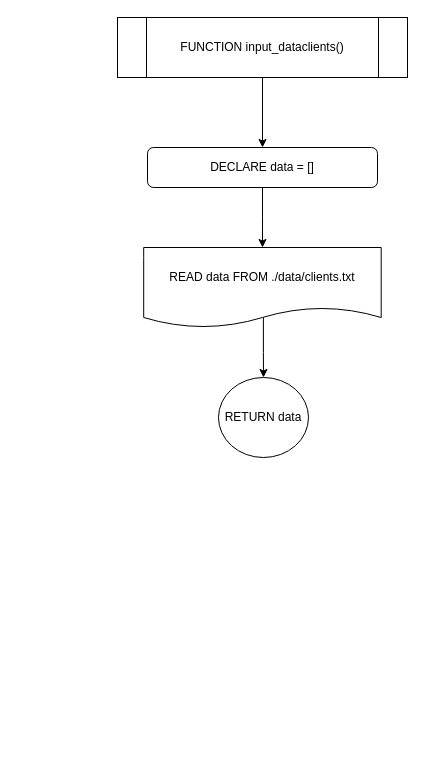
Above: Flowchart/default/input_dataclients.drawio in RabbitBear00/Car-Rental-System (draw.io), before the change. Source tidied: cells renumbered, new cells numbered last; positions are measured from the earlier drawing's top-left corner, leaving out a move shared by most shapes. Both pictures are drawn from the tidied source at 100%, with x=0, y=0 at pixel (117, 17).
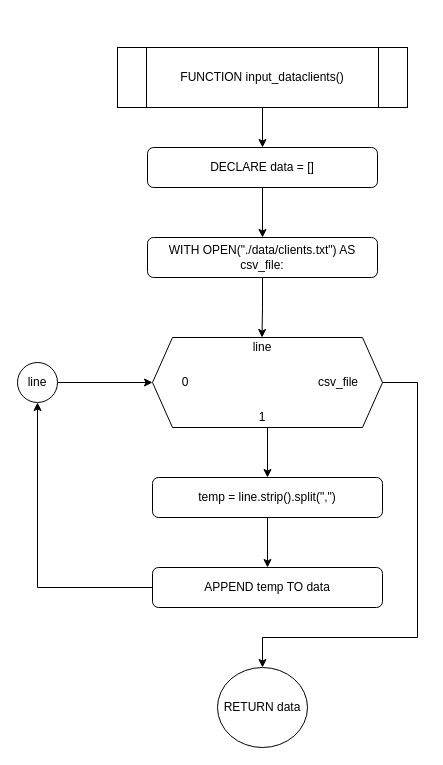
The same diagram, later.

The change refers to these unchanged cells:
```xml
<mxCell id="5" value="DECLARE data = []" style="rounded=1;whiteSpace=wrap;html=1;" parent="1" vertex="1">
  <mxGeometry x="30" y="130" width="230" height="40" as="geometry" />
</mxCell>
```

The edit, as a diff of the source:
```diff
@@
     <mxCell id="3" value="FUNCTION input_dataclients()" style="shape=process;whiteSpace=wrap;html=1;backgroundOutline=1;" parent="1" vertex="1">
-      <mxGeometry width="290" height="60" as="geometry" />
+      <mxGeometry y="30" width="290" height="60" as="geometry" />
     </mxCell>
-    <mxCell id="4" style="edgeStyle=orthogonalEdgeStyle;rounded=0;jettySize=auto;html=1;" parent="1" edge="1" source="5" target="7">
-      <mxGeometry relative="1" as="geometry" />
-    </mxCell>
+    <mxCell id="8" value="RETURN data" style="ellipse;whiteSpace=wrap;html=1;" parent="1" vertex="1">
+      <mxGeometry x="100" y="650" width="90" height="80" as="geometry" />
+    </mxCell>
+    <mxCell id="9" style="edgeStyle=orthogonalEdgeStyle;rounded=0;jettySize=auto;html=1;entryX=0.5;entryY=0;entryDx=0;entryDy=0;" parent="1" edge="1" source="10" target="13">
+      <mxGeometry relative="1" as="geometry" />
+    </mxCell>
+    <mxCell id="10" value="WITH OPEN(&quot;./data/clients.txt&quot;) AS csv_file:" style="rounded=1;whiteSpace=wrap;html=1;" parent="1" vertex="1">
+      <mxGeometry x="30" y="220" width="230" height="40" as="geometry" />
+    </mxCell>
+    <mxCell id="11" style="group;" parent="1" vertex="1">
+      <mxGeometry x="35" y="320" width="230" height="90" as="geometry" />
+    </mxCell>
+    <mxCell id="12" style="shape=hexagon;perimeter=hexagonPerimeter2;whiteSpace=wrap;html=1;fixedSize=1;" parent="11" vertex="1">
+      <mxGeometry width="230" height="90" as="geometry" />
+    </mxCell>
+    <mxCell id="13" value="line" style="text;html=1;strokeColor=none;fillColor=none;align=center;verticalAlign=middle;whiteSpace=wrap;rounded=0;" parent="11" vertex="1">
+      <mxGeometry x="87.6" width="43.8" height="20" as="geometry" />
+    </mxCell>
+    <mxCell id="14" value="0" style="text;html=1;strokeColor=none;fillColor=none;align=center;verticalAlign=middle;whiteSpace=wrap;rounded=0;" parent="11" vertex="1">
+      <mxGeometry x="11" y="35" width="43.8" height="20" as="geometry" />
+    </mxCell>
+    <mxCell id="15" value="1" style="text;html=1;strokeColor=none;fillColor=none;align=center;verticalAlign=middle;whiteSpace=wrap;rounded=0;" parent="11" vertex="1">
+      <mxGeometry x="87.6" y="70" width="43.8" height="20" as="geometry" />
+    </mxCell>
+    <mxCell id="16" value="csv_file" style="text;html=1;strokeColor=none;fillColor=none;align=center;verticalAlign=middle;whiteSpace=wrap;rounded=0;" parent="11" vertex="1">
+      <mxGeometry x="164.3" y="35" width="43.8" height="20" as="geometry" />
+    </mxCell>
+    <mxCell id="17" style="edgeStyle=orthogonalEdgeStyle;rounded=0;jettySize=auto;html=1;" parent="1" edge="1" source="18" target="20">
+      <mxGeometry relative="1" as="geometry" />
+    </mxCell>
+    <mxCell id="18" value="temp = line.strip().split(&quot;,&quot;)" style="rounded=1;whiteSpace=wrap;html=1;" parent="1" vertex="1">
+      <mxGeometry x="35" y="460" width="230" height="40" as="geometry" />
+    </mxCell>
+    <mxCell id="19" style="edgeStyle=orthogonalEdgeStyle;rounded=0;jettySize=auto;html=1;entryX=0.5;entryY=1;entryDx=0;entryDy=0;" parent="1" edge="1" source="20" target="23">
+      <mxGeometry relative="1" as="geometry" />
+    </mxCell>
+    <mxCell id="20" value="APPEND temp TO data" style="rounded=1;whiteSpace=wrap;html=1;" parent="1" vertex="1">
+      <mxGeometry x="35" y="550" width="230" height="40" as="geometry" />
+    </mxCell>
+    <mxCell id="21" style="edgeStyle=orthogonalEdgeStyle;rounded=0;jettySize=auto;html=1;" parent="1" edge="1" source="12" target="18">
+      <mxGeometry relative="1" as="geometry" />
+    </mxCell>
+    <mxCell id="22" style="edgeStyle=orthogonalEdgeStyle;rounded=0;jettySize=auto;html=1;entryX=0;entryY=0.5;entryDx=0;entryDy=0;" parent="1" edge="1" source="23" target="12">
+      <mxGeometry relative="1" as="geometry" />
+    </mxCell>
+    <mxCell id="23" value="line" style="ellipse;whiteSpace=wrap;html=1;" parent="1" vertex="1">
+      <mxGeometry x="-100" y="345" width="40" height="40" as="geometry" />
+    </mxCell>
+    <mxCell id="24" style="edgeStyle=orthogonalEdgeStyle;rounded=0;jettySize=auto;html=1;entryX=0.5;entryY=0;entryDx=0;entryDy=0;" parent="1" edge="1" source="12" target="8">
+      <mxGeometry relative="1" as="geometry">
+        <Array as="points">
+          <mxPoint x="300" y="365" />
+          <mxPoint x="300" y="620" />
+          <mxPoint x="145" y="620" />
+        </Array>
+      </mxGeometry>
+    </mxCell>
+    <mxCell id="25" style="edgeStyle=orthogonalEdgeStyle;rounded=0;jettySize=auto;html=1;" parent="1" edge="1" source="5" target="10">
+      <mxGeometry relative="1" as="geometry" />
+    </mxCell>
@@
-    <mxCell id="6" style="edgeStyle=orthogonalEdgeStyle;rounded=0;jettySize=auto;html=1;exitX=0.504;exitY=0.863;exitDx=0;exitDy=0;exitPerimeter=0;" parent="1" edge="1" source="7" target="8">
-      <mxGeometry relative="1" as="geometry" />
-    </mxCell>
-    <mxCell id="7" value="&lt;span&gt;READ data FROM ./data/clients.txt&lt;/span&gt;" style="shape=document;whiteSpace=wrap;html=1;boundedLbl=1;size=0.25;" parent="1" vertex="1">
-      <mxGeometry x="26.2" y="230" width="237.5" height="80" as="geometry" />
-    </mxCell>
-    <mxCell id="8" value="RETURN data" style="ellipse;whiteSpace=wrap;html=1;" parent="1" vertex="1">
-      <mxGeometry x="101" y="360" width="90" height="80" as="geometry" />
-    </mxCell>
```
